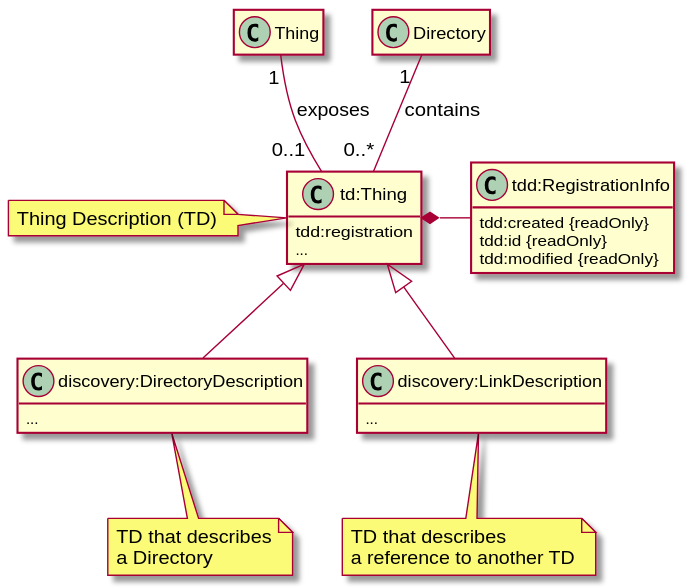
The PlantUML diagram images/exploration-class-diagram.svg in w3c/wot-discovery, before a commit.
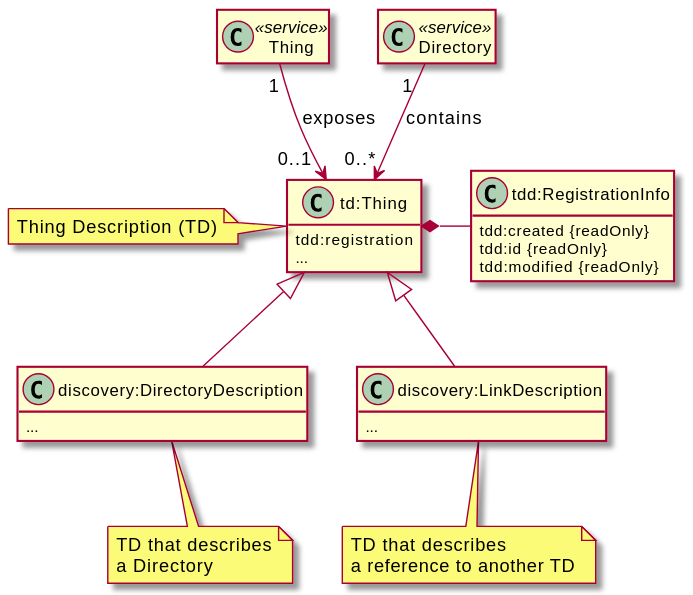
The same file after the commit.

Commit message:
add annotation and arrow head to class diagram

The edit, as a diff of the source:
```diff
@@ -4,15 +4,14 @@
 class LD as "discovery:LinkDescription"
 class RI as "tdd:RegistrationInfo"
 
-Thing "1" -- "0..1 " TD: exposes
-Directory "1 " -- "0..*" TD: contains
+Thing "1" --> "0..1 " TD: exposes
+Directory "1 " --> "0..*" TD: contains
 TD *-right- RI
 TD <|-- DD
 TD <|-- LD
 
-class Directory {
-
-}
+class Thing << service >>
+class Directory << service >>
 class TD {
     tdd:registration
     ...
```
